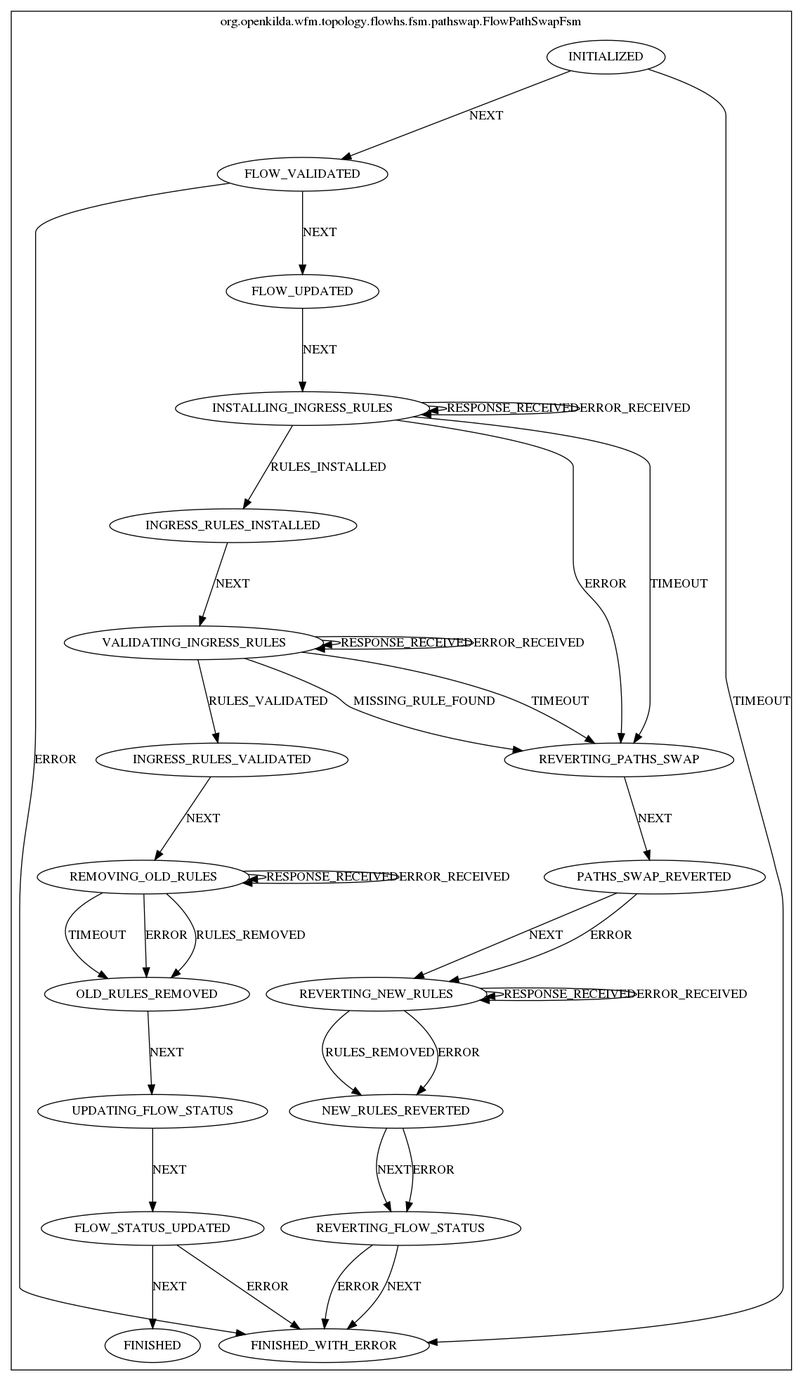
Above: docs/design/hub-and-spoke/crud/pathswap/FlowPathSwap.png in telstra/open-kilda (Graphviz), before the change. Its source is kept beside it as docs/design/hub-and-spoke/crud/pathswap/FlowPathSwap.dot.
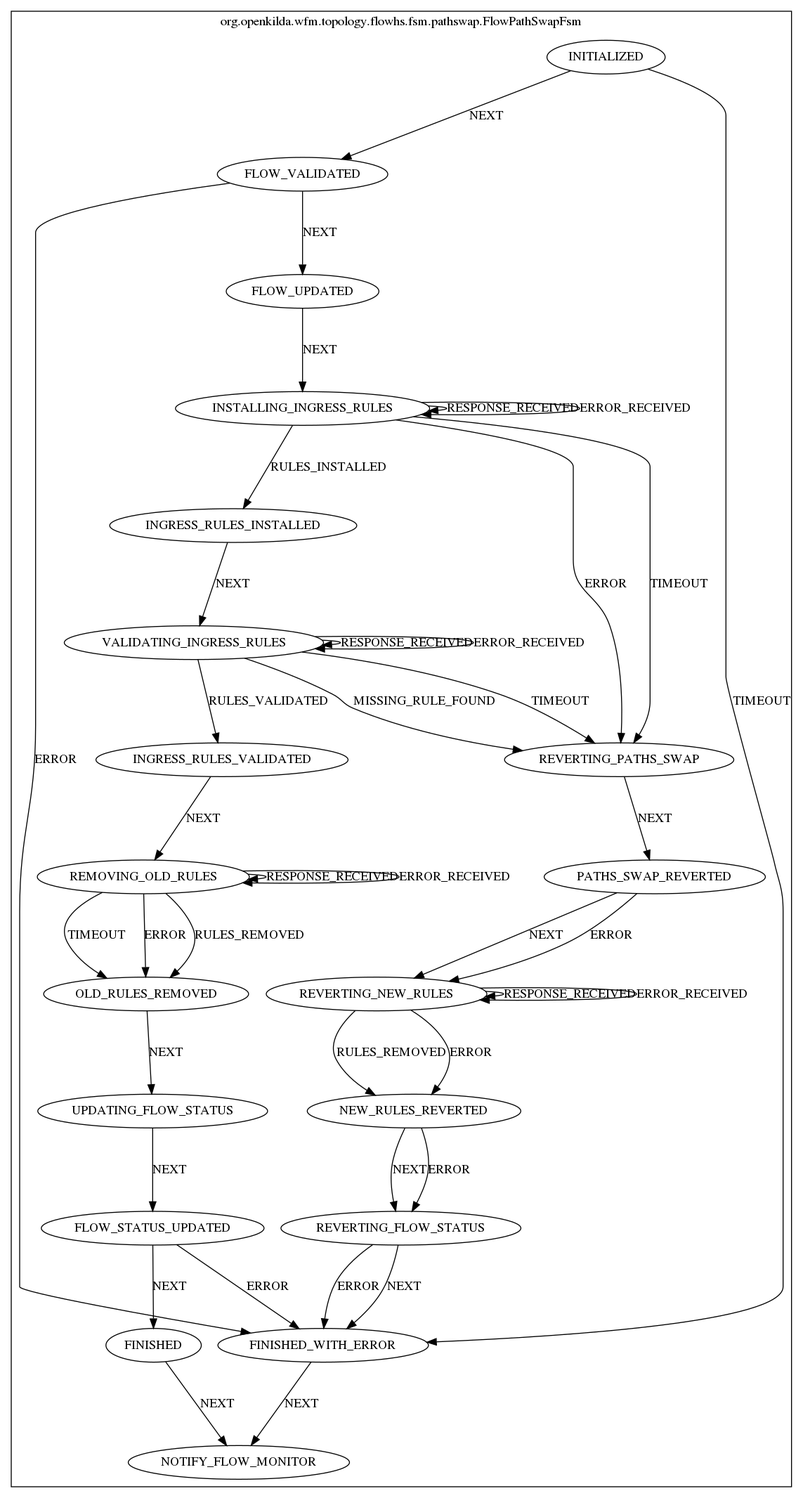
Above is the later version.

Diff of the diagram source:
```diff
@@ -12,6 +12,7 @@
 NEW_RULES_REVERTED [label="NEW_RULES_REVERTED"];
 REMOVING_OLD_RULES [label="REMOVING_OLD_RULES"];
 FINISHED [label="FINISHED"];
+NOTIFY_FLOW_MONITOR [label="NOTIFY_FLOW_MONITOR"];
 FLOW_UPDATED [label="FLOW_UPDATED"];
 PATHS_SWAP_REVERTED [label="PATHS_SWAP_REVERTED"];
 UPDATING_FLOW_STATUS [label="UPDATING_FLOW_STATUS"];
@@ -45,6 +46,7 @@
 PATHS_SWAP_REVERTED -> REVERTING_NEW_RULES [ label="ERROR"];
 UPDATING_FLOW_STATUS -> FLOW_STATUS_UPDATED [ label="NEXT"];
 FLOW_STATUS_UPDATED -> FINISHED [ label="NEXT"];
+FINISHED -> NOTIFY_FLOW_MONITOR [ label="NEXT"];
 FLOW_STATUS_UPDATED -> FINISHED_WITH_ERROR [ label="ERROR"];
 REVERTING_NEW_RULES -> REVERTING_NEW_RULES [ label="RESPONSE_RECEIVED"];
 REVERTING_NEW_RULES -> REVERTING_NEW_RULES [ label="ERROR_RECEIVED"];
@@ -57,4 +59,6 @@
 INSTALLING_INGRESS_RULES -> INGRESS_RULES_INSTALLED [ label="RULES_INSTALLED"];
 INGRESS_RULES_VALIDATED -> REMOVING_OLD_RULES [ label="NEXT"];
 FLOW_VALIDATED -> FINISHED_WITH_ERROR [ label="ERROR"];
-FLOW_VALIDATED -> FLOW_UPDATED [ label="NEXT"];}}
+FLOW_VALIDATED -> FLOW_UPDATED [ label="NEXT"];
+FINISHED_WITH_ERROR -> NOTIFY_FLOW_MONITOR [ label="NEXT"];
+}}
```
